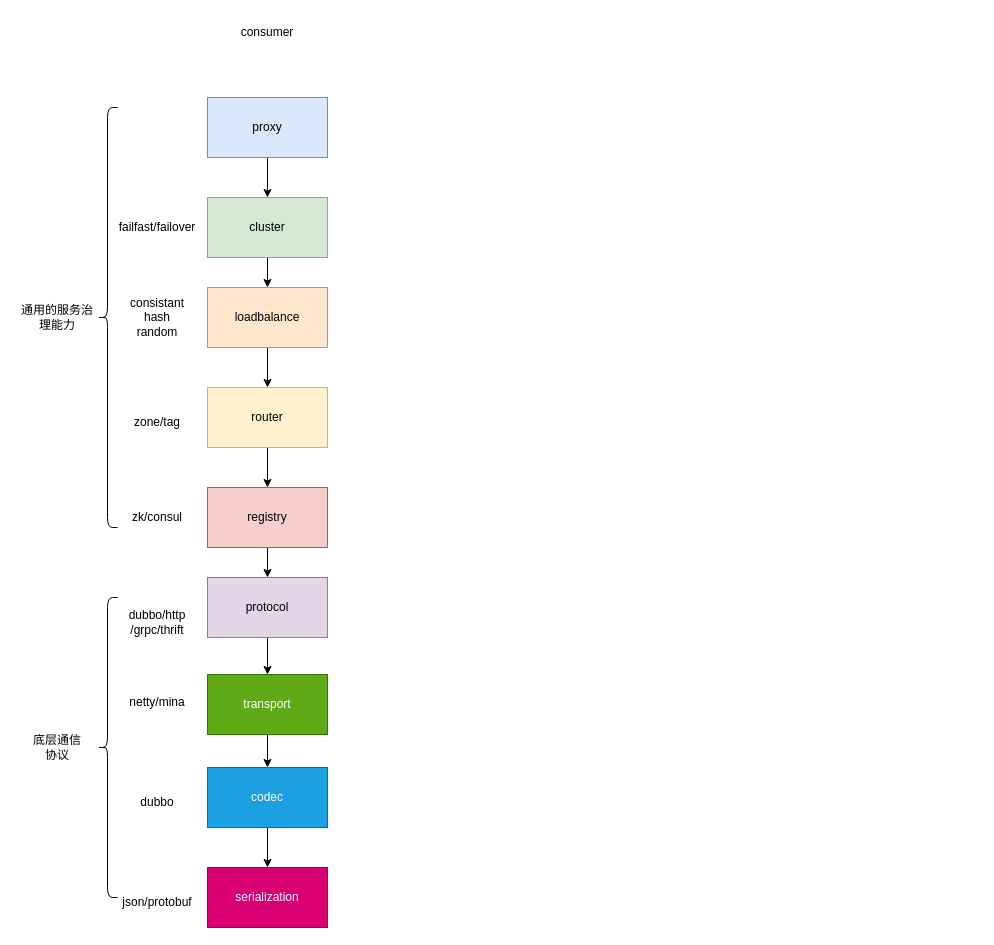
This is dubbo架构层次.drawio from jessin20161124/javase1, a draw.io file, before an edit. Source tidied: cells renumbered, new cells numbered last; positions are measured from the earlier drawing's top-left corner, leaving out a move shared by most shapes. Both pictures are drawn from the tidied source at 100%, with x=0, y=0 at pixel (17, 17).
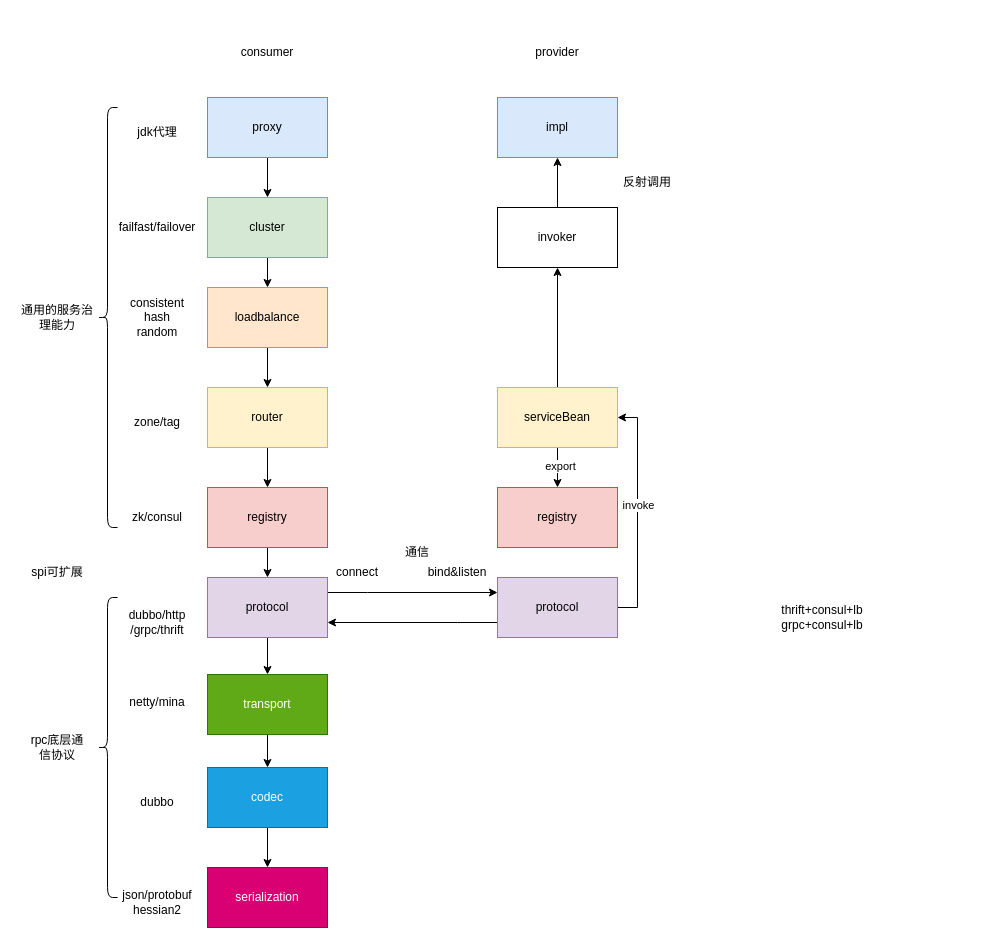
Above is the later version.

Commit message:
更新dubbo架构层次.drawio

Unchanged cells that the change refers to:
```xml
<mxCell id="13" value="protocol" style="rounded=0;whiteSpace=wrap;html=1;fillColor=#e1d5e7;strokeColor=#9673a6;" parent="1" vertex="1">
  <mxGeometry x="190" y="560" width="120" height="60" as="geometry" />
</mxCell>
```

The edit, as a diff of the source:
```diff
@@
+    <mxCell id="32" style="edgeStyle=orthogonalEdgeStyle;rounded=0;jettySize=auto;html=1;entryX=0;entryY=0.25;entryDx=0;entryDy=0;" parent="1" edge="1" source="13" target="43">
+      <mxGeometry relative="1" as="geometry">
+        <Array as="points">
+          <mxPoint x="350" y="575" />
+          <mxPoint x="350" y="575" />
+        </Array>
+      </mxGeometry>
+    </mxCell>
@@
-    <mxCell id="22" value="底层通信协议" style="text;html=1;strokeColor=none;fillColor=none;align=center;verticalAlign=middle;whiteSpace=wrap;rounded=0;" parent="1" vertex="1">
+    <mxCell id="22" value="rpc底层通信协议" style="text;html=1;strokeColor=none;fillColor=none;align=center;verticalAlign=middle;whiteSpace=wrap;rounded=0;" parent="1" vertex="1">
       <mxGeometry x="10" y="715" width="60" height="30" as="geometry" />
     </mxCell>
@@
-    <mxCell id="24" value="consistant hash&lt;br&gt;random" style="text;html=1;strokeColor=none;fillColor=none;align=center;verticalAlign=middle;whiteSpace=wrap;rounded=0;" parent="1" vertex="1">
+    <mxCell id="24" value="consistent hash&lt;br&gt;random" style="text;html=1;strokeColor=none;fillColor=none;align=center;verticalAlign=middle;whiteSpace=wrap;rounded=0;" parent="1" vertex="1">
       <mxGeometry x="110" y="285" width="60" height="30" as="geometry" />
     </mxCell>
@@
-    <mxCell id="30" value="json/protobuf" style="text;html=1;strokeColor=none;fillColor=none;align=center;verticalAlign=middle;whiteSpace=wrap;rounded=0;" parent="1" vertex="1">
+    <mxCell id="30" value="json/protobuf&lt;br&gt;hessian2" style="text;html=1;strokeColor=none;fillColor=none;align=center;verticalAlign=middle;whiteSpace=wrap;rounded=0;" parent="1" vertex="1">
       <mxGeometry x="110" y="870" width="60" height="30" as="geometry" />
     </mxCell>
     <mxCell id="31" value="consumer" style="text;html=1;strokeColor=none;fillColor=none;align=center;verticalAlign=middle;whiteSpace=wrap;rounded=0;" parent="1" vertex="1">
-      <mxGeometry x="220" width="60" height="30" as="geometry" />
+      <mxGeometry x="220" y="20" width="60" height="30" as="geometry" />
     </mxCell>
+    <mxCell id="33" value="jdk代理" style="text;html=1;strokeColor=none;fillColor=none;align=center;verticalAlign=middle;whiteSpace=wrap;rounded=0;" parent="1" vertex="1">
+      <mxGeometry x="110" y="100" width="60" height="30" as="geometry" />
+    </mxCell>
+    <mxCell id="34" value="spi可扩展" style="text;html=1;strokeColor=none;fillColor=none;align=center;verticalAlign=middle;whiteSpace=wrap;rounded=0;" parent="1" vertex="1">
+      <mxGeometry x="10" y="540" width="60" height="30" as="geometry" />
+    </mxCell>
+    <mxCell id="35" style="edgeStyle=orthogonalEdgeStyle;rounded=0;jettySize=auto;html=1;" parent="1" edge="1" source="38" target="39">
+      <mxGeometry relative="1" as="geometry" />
+    </mxCell>
+    <mxCell id="36" value="export" style="edgeLabel;html=1;align=center;verticalAlign=middle;" parent="35" vertex="1">
+      <mxGeometry x="-0.12" y="2" relative="1" as="geometry" />
+    </mxCell>
+    <mxCell id="37" style="edgeStyle=orthogonalEdgeStyle;rounded=0;jettySize=auto;html=1;entryX=0.5;entryY=1;entryDx=0;entryDy=0;" parent="1" edge="1" source="38" target="50">
+      <mxGeometry relative="1" as="geometry" />
+    </mxCell>
+    <mxCell id="38" value="serviceBean" style="rounded=0;whiteSpace=wrap;html=1;fillColor=#fff2cc;strokeColor=#d6b656;" parent="1" vertex="1">
+      <mxGeometry x="480" y="370" width="120" height="60" as="geometry" />
+    </mxCell>
+    <mxCell id="39" value="registry" style="rounded=0;whiteSpace=wrap;html=1;fillColor=#f8cecc;strokeColor=#b85450;" parent="1" vertex="1">
+      <mxGeometry x="480" y="470" width="120" height="60" as="geometry" />
+    </mxCell>
+    <mxCell id="40" style="edgeStyle=orthogonalEdgeStyle;rounded=0;jettySize=auto;html=1;entryX=1;entryY=0.75;entryDx=0;entryDy=0;" parent="1" edge="1" source="43" target="13">
+      <mxGeometry relative="1" as="geometry">
+        <Array as="points">
+          <mxPoint x="440" y="605" />
+          <mxPoint x="440" y="605" />
+        </Array>
+      </mxGeometry>
+    </mxCell>
+    <mxCell id="41" style="edgeStyle=orthogonalEdgeStyle;rounded=0;jettySize=auto;html=1;entryX=1;entryY=0.5;entryDx=0;entryDy=0;" parent="1" edge="1" source="43" target="38">
+      <mxGeometry relative="1" as="geometry">
+        <Array as="points">
+          <mxPoint x="620" y="590" />
+          <mxPoint x="620" y="400" />
+        </Array>
+      </mxGeometry>
+    </mxCell>
+    <mxCell id="42" value="invoke" style="edgeLabel;html=1;align=center;verticalAlign=middle;" parent="41" vertex="1">
+      <mxGeometry x="0.07" relative="1" as="geometry" />
+    </mxCell>
+    <mxCell id="43" value="protocol" style="rounded=0;whiteSpace=wrap;html=1;fillColor=#e1d5e7;strokeColor=#9673a6;" parent="1" vertex="1">
+      <mxGeometry x="480" y="560" width="120" height="60" as="geometry" />
+    </mxCell>
+    <mxCell id="44" value="thrift+consul+lb&lt;br&gt;grpc+consul+lb" style="text;html=1;strokeColor=none;fillColor=none;align=center;verticalAlign=middle;whiteSpace=wrap;rounded=0;" parent="1" vertex="1">
+      <mxGeometry x="650" y="580" width="310" height="40" as="geometry" />
+    </mxCell>
+    <mxCell id="45" value="通信" style="text;html=1;strokeColor=none;fillColor=none;align=center;verticalAlign=middle;whiteSpace=wrap;rounded=0;" parent="1" vertex="1">
+      <mxGeometry x="370" y="520" width="60" height="30" as="geometry" />
+    </mxCell>
+    <mxCell id="46" value="provider" style="text;html=1;strokeColor=none;fillColor=none;align=center;verticalAlign=middle;whiteSpace=wrap;rounded=0;" parent="1" vertex="1">
+      <mxGeometry x="510" y="20" width="60" height="30" as="geometry" />
+    </mxCell>
+    <mxCell id="47" value="bind&amp;amp;listen" style="text;html=1;strokeColor=none;fillColor=none;align=center;verticalAlign=middle;whiteSpace=wrap;rounded=0;" parent="1" vertex="1">
+      <mxGeometry x="410" y="540" width="60" height="30" as="geometry" />
+    </mxCell>
+    <mxCell id="48" value="connect" style="text;html=1;strokeColor=none;fillColor=none;align=center;verticalAlign=middle;whiteSpace=wrap;rounded=0;" parent="1" vertex="1">
+      <mxGeometry x="310" y="540" width="60" height="30" as="geometry" />
+    </mxCell>
+    <mxCell id="49" style="edgeStyle=orthogonalEdgeStyle;rounded=0;jettySize=auto;html=1;exitX=0.5;exitY=0;exitDx=0;exitDy=0;entryX=0.5;entryY=1;entryDx=0;entryDy=0;" parent="1" edge="1" source="50" target="51">
+      <mxGeometry relative="1" as="geometry" />
+    </mxCell>
+    <mxCell id="50" value="invoker" style="rounded=0;whiteSpace=wrap;html=1;" parent="1" vertex="1">
+      <mxGeometry x="480" y="190" width="120" height="60" as="geometry" />
+    </mxCell>
+    <mxCell id="51" value="impl" style="rounded=0;whiteSpace=wrap;html=1;fillColor=#dae8fc;strokeColor=#6c8ebf;" parent="1" vertex="1">
+      <mxGeometry x="480" y="80" width="120" height="60" as="geometry" />
+    </mxCell>
+    <mxCell id="52" value="反射调用" style="text;html=1;strokeColor=none;fillColor=none;align=center;verticalAlign=middle;whiteSpace=wrap;rounded=0;" parent="1" vertex="1">
+      <mxGeometry x="600" y="150" width="60" height="30" as="geometry" />
+    </mxCell>
```
